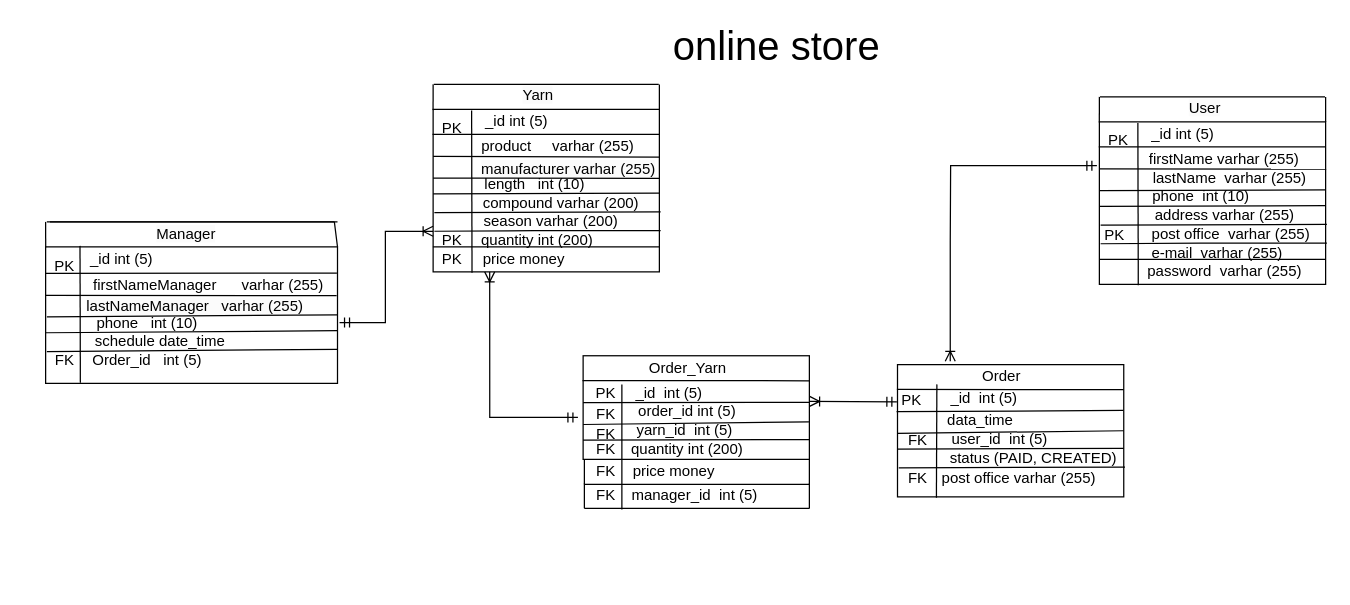
This is online store_study.drawio from TetianaAvd/Lesson1, a draw.io file, before an edit. Source tidied: cells renumbered, new cells numbered last; positions are measured from the earlier drawing's top-left corner, leaving out a move shared by most shapes. Both pictures are drawn from the tidied source at 125%, with x=0, y=0 at pixel (34, 21).
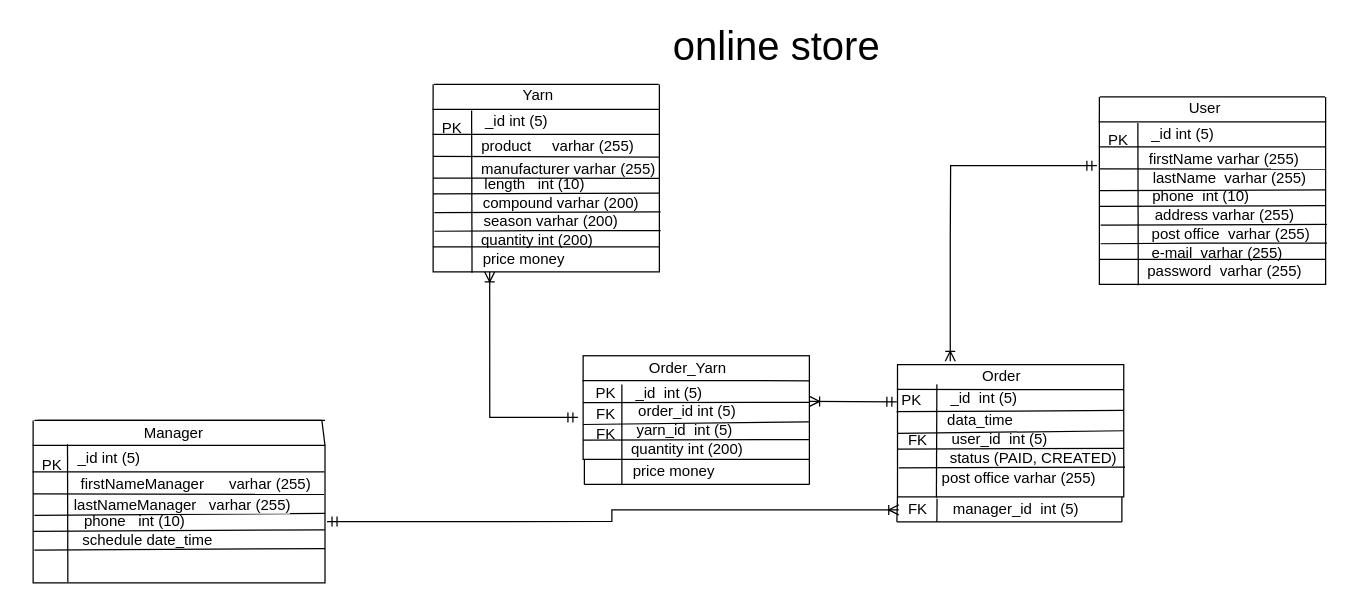
Above is the later version.

Unchanged cells that the change refers to:
```xml
<mxCell id="2" style="rounded=0;whiteSpace=wrap;html=1;" parent="1" vertex="1">
  <mxGeometry x="319" y="70" width="181" height="130" as="geometry" />
</mxCell>
<mxCell id="50" style="rounded=0;whiteSpace=wrap;html=1;" parent="1" vertex="1">
  <mxGeometry x="690.5" y="274.2" width="181" height="105.8" as="geometry" />
</mxCell>
<mxCell id="62" value="post office varhar (255)&amp;nbsp;" style="text;html=1;strokeColor=none;fillColor=none;align=center;verticalAlign=middle;whiteSpace=wrap;rounded=0;" parent="1" vertex="1">
  <mxGeometry x="707.5" y="350" width="162.5" height="30" as="geometry" />
</mxCell>
```

Change to the diagram source:
```diff
@@
-    <mxCell id="5" style="endArrow=ERoneToMany;html=1;rounded=0;edgeStyle=orthogonalEdgeStyle;exitX=1.007;exitY=0.554;exitDx=0;exitDy=0;entryX=0;entryY=0.75;entryDx=0;entryDy=0;startArrow=ERmandOne;startFill=0;endFill=0;exitPerimeter=0;" parent="1" edge="1" source="24" target="2">
+    <mxCell id="5" style="endArrow=ERoneToMany;html=1;rounded=0;edgeStyle=orthogonalEdgeStyle;exitX=1.007;exitY=0.554;exitDx=0;exitDy=0;entryX=0;entryY=0.5;entryDx=0;entryDy=0;startArrow=ERmandOne;startFill=0;endFill=0;exitPerimeter=0;" parent="1" edge="1" source="24" target="117">
       <mxGeometry relative="1" as="geometry" />
     </mxCell>
@@
     <mxCell id="24" style="rounded=0;whiteSpace=wrap;html=1;" parent="1" vertex="1">
-      <mxGeometry x="9" y="180" width="233.5" height="109.2" as="geometry" />
+      <mxGeometry x="-1" y="338.8" width="233.5" height="110" as="geometry" />
     </mxCell>
     <mxCell id="25" style="endArrow=none;html=1;rounded=0;exitX=0.119;exitY=0.995;exitDx=0;exitDy=0;exitPerimeter=0;" parent="1" edge="1" source="24">
       <mxGeometry relative="1" as="geometry">
-        <mxPoint x="36.5" y="179.2" as="targetPoint" />
+        <mxPoint x="26.5" y="337.9" as="targetPoint" />
       </mxGeometry>
     </mxCell>
     <mxCell id="26" value="PK" style="text;html=1;strokeColor=none;fillColor=none;align=center;verticalAlign=middle;whiteSpace=wrap;rounded=0;" parent="1" vertex="1">
-      <mxGeometry y="181.2" width="49" height="30" as="geometry" />
+      <mxGeometry x="-10" y="340" width="49" height="30" as="geometry" />
     </mxCell>
     <mxCell id="27" style="endArrow=none;html=1;rounded=0;exitX=0.204;exitY=0.667;exitDx=0;exitDy=0;exitPerimeter=0;entryX=0.998;entryY=0.192;entryDx=0;entryDy=0;entryPerimeter=0;" parent="1" edge="1" target="24">
       <mxGeometry relative="1" as="geometry">
-        <mxPoint x="8.5" y="201.1" as="sourcePoint" />
+        <mxPoint x="-1.5" y="359.9" as="sourcePoint" />
       </mxGeometry>
     </mxCell>
-    <mxCell id="28" value="_id int (5)" style="text;html=1;strokeColor=none;fillColor=none;align=center;verticalAlign=middle;whiteSpace=wrap;rounded=0;" parent="1" vertex="1">
-      <mxGeometry x="10" y="175" width="120" height="30" as="geometry" />
-    </mxCell>
     <mxCell id="29" style="endArrow=none;html=1;rounded=0;exitX=0;exitY=0.75;exitDx=0;exitDy=0;entryX=0.997;entryY=0.357;entryDx=0;entryDy=0;entryPerimeter=0;" parent="1" edge="1" target="24">
       <mxGeometry relative="1" as="geometry">
-        <mxPoint x="9" y="218.7" as="sourcePoint" />
+        <mxPoint x="-1" y="377.5" as="sourcePoint" />
       </mxGeometry>
     </mxCell>
     <mxCell id="30" value="firstNameManager&amp;nbsp; &amp;nbsp; &amp;nbsp; varhar (255)" style="text;html=1;strokeColor=none;fillColor=none;align=center;verticalAlign=middle;whiteSpace=wrap;rounded=0;" parent="1" vertex="1">
-      <mxGeometry x="46" y="196.2" width="186.5" height="30" as="geometry" />
+      <mxGeometry x="36" y="355" width="186.5" height="30" as="geometry" />
     </mxCell>
     <mxCell id="31" style="endArrow=none;html=1;rounded=0;exitX=0;exitY=0.75;exitDx=0;exitDy=0;entryX=0.999;entryY=0.614;entryDx=0;entryDy=0;entryPerimeter=0;" parent="1" edge="1" target="24">
       <mxGeometry relative="1" as="geometry">
-        <mxPoint x="9" y="248.7" as="sourcePoint" />
+        <mxPoint x="-1" y="407.5" as="sourcePoint" />
       </mxGeometry>
     </mxCell>
     <mxCell id="32" value="phone&amp;nbsp; &amp;nbsp;int (10)" style="text;html=1;strokeColor=none;fillColor=none;align=center;verticalAlign=middle;whiteSpace=wrap;rounded=0;" parent="1" vertex="1">
-      <mxGeometry x="40" y="226.2" width="101" height="30" as="geometry" />
+      <mxGeometry x="30" y="385" width="101" height="30" as="geometry" />
     </mxCell>
     <mxCell id="33" style="endArrow=none;html=1;rounded=0;exitX=0;exitY=0.75;exitDx=0;exitDy=0;entryX=1;entryY=0.75;entryDx=0;entryDy=0;" parent="1" edge="1" target="24">
       <mxGeometry relative="1" as="geometry">
-        <mxPoint x="10" y="263.7" as="sourcePoint" />
+        <mxPoint y="422.5" as="sourcePoint" />
       </mxGeometry>
     </mxCell>
-    <mxCell id="34" value="schedule&amp;nbsp;date_time&amp;nbsp;" style="text;html=1;strokeColor=none;fillColor=none;align=center;verticalAlign=middle;whiteSpace=wrap;rounded=0;" parent="1" vertex="1">
-      <mxGeometry x="29.2" y="241.2" width="146.5" height="30" as="geometry" />
-    </mxCell>
-    <mxCell id="35" value="Order_id&amp;nbsp; &amp;nbsp;int (5)" style="text;html=1;strokeColor=none;fillColor=none;align=center;verticalAlign=middle;whiteSpace=wrap;rounded=0;" parent="1" vertex="1">
-      <mxGeometry x="33" y="256.2" width="115" height="30" as="geometry" />
-    </mxCell>
-    <mxCell id="36" value="&lt;span style=&quot;color: rgb(0, 0, 0); font-family: Helvetica; font-size: 12px; font-style: normal; font-variant-ligatures: normal; font-variant-caps: normal; font-weight: 400; letter-spacing: normal; orphans: 2; text-align: center; text-indent: 0px; text-transform: none; widows: 2; word-spacing: 0px; -webkit-text-stroke-width: 0px; background-color: rgb(251, 251, 251); text-decoration-thickness: initial; text-decoration-style: initial; text-decoration-color: initial; float: none; display: inline !important;&quot;&gt;lastNameManager&amp;nbsp; &amp;nbsp;varhar (255)&lt;/span&gt;" style="text;whiteSpace=wrap;html=1;" parent="1" vertex="1">
-      <mxGeometry x="40" y="214.2" width="192.5" height="12.1" as="geometry" />
-    </mxCell>
-    <mxCell id="37" value="FK" style="text;html=1;strokeColor=none;fillColor=none;align=center;verticalAlign=middle;whiteSpace=wrap;rounded=0;" parent="1" vertex="1">
-      <mxGeometry y="256.2" width="49" height="30" as="geometry" />
-    </mxCell>
     <mxCell id="38" style="endArrow=none;html=1;rounded=0;exitX=0;exitY=0.75;exitDx=0;exitDy=0;entryX=1;entryY=0.75;entryDx=0;entryDy=0;" parent="1" edge="1">
       <mxGeometry relative="1" as="geometry">
-        <mxPoint x="10" y="236" as="sourcePoint" />
-        <mxPoint x="242.5" y="234.4" as="targetPoint" />
+        <mxPoint y="394.8" as="sourcePoint" />
+        <mxPoint x="232.5" y="393.2" as="targetPoint" />
       </mxGeometry>
     </mxCell>
@@
     <mxCell id="63" style="endArrow=none;html=1;rounded=0;" parent="1" edge="1">
       <mxGeometry relative="1" as="geometry">
-        <mxPoint x="10" y="160" as="sourcePoint" />
-        <mxPoint x="240" y="160" as="targetPoint" />
+        <mxPoint y="318.8" as="sourcePoint" />
+        <mxPoint x="230" y="318.8" as="targetPoint" />
       </mxGeometry>
     </mxCell>
-    <mxCell id="64" style="endArrow=none;html=1;rounded=0;exitX=-0.008;exitY=0.179;exitDx=0;exitDy=0;exitPerimeter=0;" parent="1" edge="1" source="28">
+    <mxCell id="64" style="endArrow=none;html=1;rounded=0;exitX=-0.008;exitY=0.179;exitDx=0;exitDy=0;exitPerimeter=0;" parent="1" edge="1">
       <mxGeometry relative="1" as="geometry">
-        <mxPoint x="9" y="160" as="targetPoint" />
+        <mxPoint x="-1" y="339.1" as="sourcePoint" />
+        <mxPoint x="-1" y="318.8" as="targetPoint" />
       </mxGeometry>
     </mxCell>
     <mxCell id="65" style="endArrow=none;html=1;rounded=0;" parent="1" edge="1">
       <mxGeometry relative="1" as="geometry">
-        <mxPoint x="12.5" y="160" as="sourcePoint" />
-        <mxPoint x="242.5" y="160" as="targetPoint" />
+        <mxPoint x="2.5" y="318.8" as="sourcePoint" />
+        <mxPoint x="232.5" y="318.8" as="targetPoint" />
       </mxGeometry>
     </mxCell>
     <mxCell id="66" style="endArrow=none;html=1;rounded=0;exitX=1;exitY=0;exitDx=0;exitDy=0;" parent="1" edge="1" source="24">
       <mxGeometry relative="1" as="geometry">
-        <mxPoint x="240" y="160" as="targetPoint" />
+        <mxPoint x="230" y="318.8" as="targetPoint" />
       </mxGeometry>
     </mxCell>
     <mxCell id="67" value="&lt;span style=&quot;color: rgb(0, 0, 0); font-family: Helvetica; font-size: 12px; font-style: normal; font-variant-ligatures: normal; font-variant-caps: normal; font-weight: 400; letter-spacing: normal; orphans: 2; text-align: center; text-indent: 0px; text-transform: none; widows: 2; word-spacing: 0px; -webkit-text-stroke-width: 0px; background-color: rgb(251, 251, 251); text-decoration-thickness: initial; text-decoration-style: initial; text-decoration-color: initial; float: none; display: inline !important;&quot;&gt;Manager&lt;/span&gt;" style="text;whiteSpace=wrap;html=1;" parent="1" vertex="1">
-      <mxGeometry x="95.8" y="156.2" width="80" height="40" as="geometry" />
+      <mxGeometry x="85.8" y="315" width="80" height="40" as="geometry" />
     </mxCell>
@@
     <mxCell id="73" style="endArrow=none;html=1;rounded=0;" parent="1" edge="1">
       <mxGeometry relative="1" as="geometry">
-        <mxPoint x="470" y="390" as="sourcePoint" />
+        <mxPoint x="470" y="370" as="sourcePoint" />
         <mxPoint x="470" y="290" as="targetPoint" />
       </mxGeometry>
     </mxCell>
@@
-    <mxCell id="75" value="FK" style="text;html=1;strokeColor=none;fillColor=none;align=center;verticalAlign=middle;whiteSpace=wrap;rounded=0;" parent="1" vertex="1">
-      <mxGeometry x="433" y="327.1" width="49" height="30" as="geometry" />
-    </mxCell>
-    <mxCell id="76" value="PK" style="text;html=1;strokeColor=none;fillColor=none;align=center;verticalAlign=middle;whiteSpace=wrap;rounded=0;" parent="1" vertex="1">
-      <mxGeometry x="310" y="160" width="49" height="30" as="geometry" />
-    </mxCell>
@@
-    <mxCell id="80" value="PK" style="text;html=1;strokeColor=none;fillColor=none;align=center;verticalAlign=middle;whiteSpace=wrap;rounded=0;" parent="1" vertex="1">
-      <mxGeometry x="310" y="175" width="49" height="30" as="geometry" />
-    </mxCell>
@@
-    <mxCell id="82" value="FK" style="text;html=1;strokeColor=none;fillColor=none;align=center;verticalAlign=middle;whiteSpace=wrap;rounded=0;" parent="1" vertex="1">
-      <mxGeometry x="433" y="345" width="49" height="30" as="geometry" />
-    </mxCell>
-    <mxCell id="83" style="endArrow=none;html=1;rounded=0;exitX=0.143;exitY=0.167;exitDx=0;exitDy=0;exitPerimeter=0;" parent="1" edge="1" source="82">
+    <mxCell id="83" style="endArrow=none;html=1;rounded=0;exitX=0.143;exitY=0.167;exitDx=0;exitDy=0;exitPerimeter=0;" parent="1" edge="1">
       <mxGeometry relative="1" as="geometry">
+        <mxPoint x="440" y="350" as="sourcePoint" />
         <mxPoint x="440" y="370" as="targetPoint" />
       </mxGeometry>
     </mxCell>
@@
     <mxCell id="86" value="manager_id&amp;nbsp; int (5)" style="text;html=1;strokeColor=none;fillColor=none;align=center;verticalAlign=middle;whiteSpace=wrap;rounded=0;" parent="1" vertex="1">
-      <mxGeometry x="471" y="364.2" width="115" height="30" as="geometry" />
+      <mxGeometry x="728" y="375.4" width="115" height="30" as="geometry" />
     </mxCell>
-    <mxCell id="87" value="FK" style="text;html=1;strokeColor=none;fillColor=none;align=center;verticalAlign=middle;whiteSpace=wrap;rounded=0;" parent="1" vertex="1">
-      <mxGeometry x="433" y="364.2" width="49" height="30" as="geometry" />
-    </mxCell>
-    <mxCell id="88" style="endArrow=none;html=1;rounded=0;exitX=0.143;exitY=0.167;exitDx=0;exitDy=0;exitPerimeter=0;" parent="1" edge="1" source="87">
-      <mxGeometry relative="1" as="geometry">
-        <mxPoint x="440" y="389.2" as="targetPoint" />
-      </mxGeometry>
-    </mxCell>
-    <mxCell id="89" style="endArrow=none;html=1;rounded=0;entryX=1;entryY=1;entryDx=0;entryDy=0;" parent="1" edge="1">
-      <mxGeometry relative="1" as="geometry">
-        <mxPoint x="620" y="389.2" as="sourcePoint" />
-        <mxPoint x="620" y="369.2" as="targetPoint" />
-      </mxGeometry>
-    </mxCell>
     <mxCell id="90" style="endArrow=none;html=1;rounded=0;" parent="1" edge="1">
       <mxGeometry relative="1" as="geometry">
-        <mxPoint x="440" y="389.2" as="sourcePoint" />
-        <mxPoint x="620" y="389.2" as="targetPoint" />
+        <mxPoint x="690" y="400" as="sourcePoint" />
+        <mxPoint x="870" y="400" as="targetPoint" />
       </mxGeometry>
     </mxCell>
-    <mxCell id="91" value="FK" style="text;html=1;strokeColor=none;fillColor=none;align=center;verticalAlign=middle;whiteSpace=wrap;rounded=0;" parent="1" vertex="1">
-      <mxGeometry x="691.5" y="354.6" width="30" height="20.8" as="geometry" />
-    </mxCell>
@@
-    <mxCell id="114" value="PK" style="text;html=1;strokeColor=none;fillColor=none;align=center;verticalAlign=middle;whiteSpace=wrap;rounded=0;" parent="1" vertex="1">
-      <mxGeometry x="840" y="156.3" width="49" height="30" as="geometry" />
-    </mxCell>
+    <mxCell id="28" value="_id int (5)" style="text;html=1;strokeColor=none;fillColor=none;align=center;verticalAlign=middle;whiteSpace=wrap;rounded=0;" parent="1" vertex="1">
+      <mxGeometry y="333.8" width="120" height="30" as="geometry" />
+    </mxCell>
+    <mxCell id="34" value="schedule&amp;nbsp;date_time&amp;nbsp;" style="text;html=1;strokeColor=none;fillColor=none;align=center;verticalAlign=middle;whiteSpace=wrap;rounded=0;" parent="1" vertex="1">
+      <mxGeometry x="19.2" y="400" width="146.5" height="30" as="geometry" />
+    </mxCell>
+    <mxCell id="36" value="&lt;span style=&quot;color: rgb(0, 0, 0); font-family: Helvetica; font-size: 12px; font-style: normal; font-variant-ligatures: normal; font-variant-caps: normal; font-weight: 400; letter-spacing: normal; orphans: 2; text-align: center; text-indent: 0px; text-transform: none; widows: 2; word-spacing: 0px; -webkit-text-stroke-width: 0px; background-color: rgb(251, 251, 251); text-decoration-thickness: initial; text-decoration-style: initial; text-decoration-color: initial; float: none; display: inline !important;&quot;&gt;lastNameManager&amp;nbsp; &amp;nbsp;varhar (255)&lt;/span&gt;" style="text;whiteSpace=wrap;html=1;" parent="1" vertex="1">
+      <mxGeometry x="30" y="372.9" width="192.5" height="12.1" as="geometry" />
+    </mxCell>
+    <mxCell id="115" style="endArrow=none;html=1;rounded=0;entryX=0;entryY=1;entryDx=0;entryDy=0;" parent="1" edge="1" target="50">
+      <mxGeometry relative="1" as="geometry">
+        <mxPoint x="690" y="400" as="sourcePoint" />
+      </mxGeometry>
+    </mxCell>
+    <mxCell id="116" style="endArrow=none;html=1;rounded=0;entryX=0.09;entryY=1.047;entryDx=0;entryDy=0;entryPerimeter=0;" parent="1" edge="1" target="62">
+      <mxGeometry relative="1" as="geometry">
+        <mxPoint x="722" y="400" as="sourcePoint" />
+      </mxGeometry>
+    </mxCell>
+    <mxCell id="117" value="FK" style="text;html=1;strokeColor=none;fillColor=none;align=center;verticalAlign=middle;whiteSpace=wrap;rounded=0;" parent="1" vertex="1">
+      <mxGeometry x="691.5" y="380" width="30" height="20.8" as="geometry" />
+    </mxCell>
+    <mxCell id="118" style="endArrow=none;html=1;rounded=0;entryX=1;entryY=1;entryDx=0;entryDy=0;" parent="1" edge="1" target="62">
+      <mxGeometry relative="1" as="geometry">
+        <mxPoint x="870" y="400" as="sourcePoint" />
+      </mxGeometry>
+    </mxCell>
```
